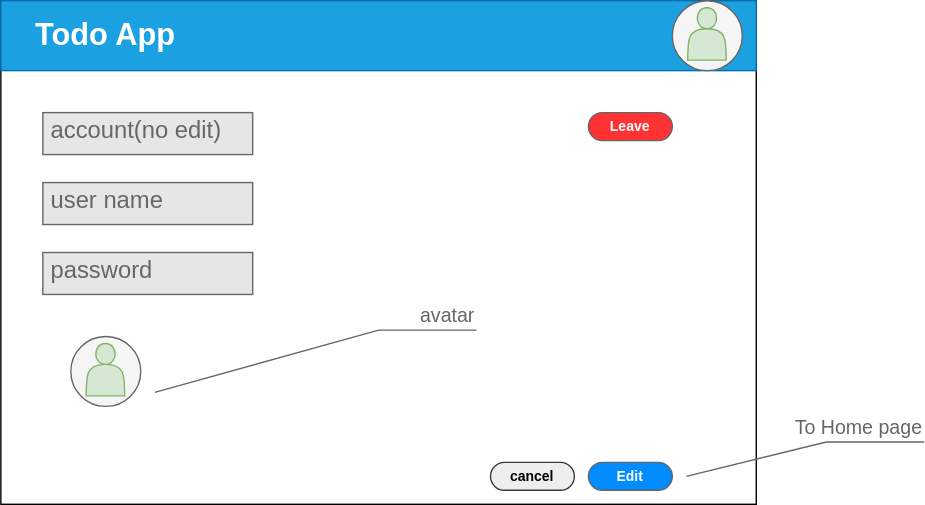
Before: design/frontend/Profile.drawio.svg, a diagram exported from draw.io (nihiyama/todo-app-demo). Source tidied: cells renumbered, new cells last; positions are measured from the earlier drawing's top-left corner, leaving out a move shared by most shapes.
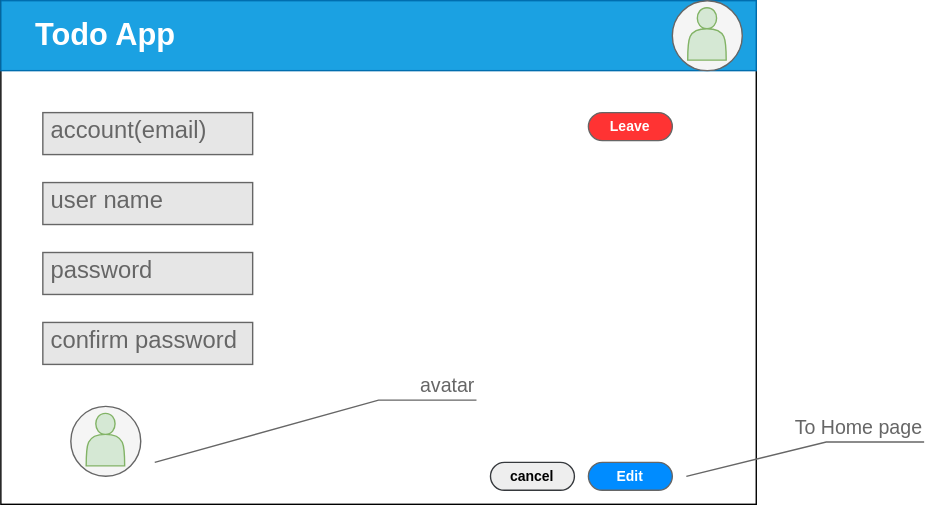
After the commit.

Commit message:
add confirm password

Change to the diagram source:
```diff
@@ -8,33 +8,15 @@
     <mxCell id="3" style="rounded=0;whiteSpace=wrap;html=1;fillColor=#1ba1e2;strokeColor=#006EAF;fontColor=#ffffff;" parent="1" vertex="1">
       <mxGeometry width="540" height="50" as="geometry" />
     </mxCell>
-    <mxCell id="4" style="ellipse;whiteSpace=wrap;html=1;strokeColor=#666666;fillColor=#f5f5f5;fontColor=#333333;" parent="1" vertex="1">
-      <mxGeometry x="50" y="240" width="50" height="50" as="geometry" />
-    </mxCell>
     <mxCell id="5" value="Todo App" style="text;html=1;strokeColor=none;fillColor=none;align=center;verticalAlign=middle;whiteSpace=wrap;rounded=0;fontColor=#FFFFFF;fontStyle=1;fontSize=22;" parent="1" vertex="1">
       <mxGeometry x="10" y="15" width="130" height="20" as="geometry" />
     </mxCell>
-    <mxCell id="6" style="shape=actor;whiteSpace=wrap;html=1;fontSize=18;align=center;fillColor=#d5e8d4;strokeColor=#82b366;" parent="1" vertex="1">
-      <mxGeometry x="61" y="245" width="27.5" height="37.5" as="geometry" />
-    </mxCell>
     <mxCell id="7" value="cancel" style="strokeWidth=1;shadow=0;dashed=0;align=center;html=1;shape=mxgraph.mockup.buttons.button;strokeColor=#36393d;mainText=;buttonStyle=round;fontSize=10;fontStyle=1;fillColor=#eeeeee;whiteSpace=wrap;" parent="1" vertex="1">
       <mxGeometry x="350" y="330" width="60" height="20" as="geometry" />
     </mxCell>
     <mxCell id="8" value="Edit" style="strokeWidth=1;shadow=0;dashed=0;align=center;html=1;shape=mxgraph.mockup.buttons.button;strokeColor=#666666;fontColor=#ffffff;mainText=;buttonStyle=round;fontSize=10;fontStyle=1;fillColor=#008cff;whiteSpace=wrap;" parent="1" vertex="1">
       <mxGeometry x="420" y="330" width="60" height="20" as="geometry" />
     </mxCell>
-    <mxCell id="9" value="account(no edit)" style="strokeWidth=1;shadow=0;dashed=0;align=center;html=1;shape=mxgraph.mockup.text.textBox;fontColor=#666666;align=left;fontSize=17;spacingLeft=4;spacingTop=-3;strokeColor=#666666;mainText=;fillColor=#E6E6E6;" parent="1" vertex="1">
-      <mxGeometry x="30" y="80" width="150" height="30" as="geometry" />
-    </mxCell>
-    <mxCell id="10" value="user name" style="strokeWidth=1;shadow=0;dashed=0;align=center;html=1;shape=mxgraph.mockup.text.textBox;fontColor=#666666;align=left;fontSize=17;spacingLeft=4;spacingTop=-3;strokeColor=#666666;mainText=;fillColor=#E6E6E6;" parent="1" vertex="1">
-      <mxGeometry x="30" y="130" width="150" height="30" as="geometry" />
-    </mxCell>
-    <mxCell id="11" value="password" style="strokeWidth=1;shadow=0;dashed=0;align=center;html=1;shape=mxgraph.mockup.text.textBox;fontColor=#666666;align=left;fontSize=17;spacingLeft=4;spacingTop=-3;strokeColor=#666666;mainText=;fillColor=#E6E6E6;" parent="1" vertex="1">
-      <mxGeometry x="30" y="180" width="150" height="30" as="geometry" />
-    </mxCell>
-    <mxCell id="12" value="avatar" style="strokeWidth=1;shadow=0;dashed=0;align=center;html=1;shape=mxgraph.mockup.text.callout;linkText=;textSize=17;textColor=#666666;callDir=NE;callStyle=line;fontSize=14;fontColor=#666666;align=right;verticalAlign=top;strokeColor=#666666;fillColor=#E6E6E6;" parent="1" vertex="1">
-      <mxGeometry x="110" y="210" width="230" height="70" as="geometry" />
-    </mxCell>
     <mxCell id="13" style="ellipse;whiteSpace=wrap;html=1;strokeColor=#666666;fillColor=#f5f5f5;fontColor=#333333;" parent="1" vertex="1">
       <mxGeometry x="480" width="50" height="50" as="geometry" />
     </mxCell>
@@ -47,5 +29,26 @@
     <mxCell id="16" value="To Home page" style="strokeWidth=1;shadow=0;dashed=0;align=center;html=1;shape=mxgraph.mockup.text.callout;linkText=;textSize=17;textColor=#666666;callDir=NE;callStyle=line;fontSize=14;fontColor=#666666;align=right;verticalAlign=top;strokeColor=#666666;fillColor=#E6E6E6;" parent="1" vertex="1">
       <mxGeometry x="490" y="290" width="170" height="50" as="geometry" />
     </mxCell>
+    <mxCell id="17" style="ellipse;whiteSpace=wrap;html=1;strokeColor=#666666;fillColor=#f5f5f5;fontColor=#333333;" parent="1" vertex="1">
+      <mxGeometry x="50" y="290" width="50" height="50" as="geometry" />
+    </mxCell>
+    <mxCell id="18" style="shape=actor;whiteSpace=wrap;html=1;fontSize=18;align=center;fillColor=#d5e8d4;strokeColor=#82b366;" parent="1" vertex="1">
+      <mxGeometry x="61" y="295" width="27.5" height="37.5" as="geometry" />
+    </mxCell>
+    <mxCell id="19" value="account(email)" style="strokeWidth=1;shadow=0;dashed=0;align=center;html=1;shape=mxgraph.mockup.text.textBox;fontColor=#666666;align=left;fontSize=17;spacingLeft=4;spacingTop=-3;strokeColor=#666666;mainText=;fillColor=#E6E6E6;" parent="1" vertex="1">
+      <mxGeometry x="30" y="80" width="150" height="30" as="geometry" />
+    </mxCell>
+    <mxCell id="10" value="user name" style="strokeWidth=1;shadow=0;dashed=0;align=center;html=1;shape=mxgraph.mockup.text.textBox;fontColor=#666666;align=left;fontSize=17;spacingLeft=4;spacingTop=-3;strokeColor=#666666;mainText=;fillColor=#E6E6E6;" parent="1" vertex="1">
+      <mxGeometry x="30" y="130" width="150" height="30" as="geometry" />
+    </mxCell>
+    <mxCell id="11" value="password" style="strokeWidth=1;shadow=0;dashed=0;align=center;html=1;shape=mxgraph.mockup.text.textBox;fontColor=#666666;align=left;fontSize=17;spacingLeft=4;spacingTop=-3;strokeColor=#666666;mainText=;fillColor=#E6E6E6;" parent="1" vertex="1">
+      <mxGeometry x="30" y="180" width="150" height="30" as="geometry" />
+    </mxCell>
+    <mxCell id="12" value="avatar" style="strokeWidth=1;shadow=0;dashed=0;align=center;html=1;shape=mxgraph.mockup.text.callout;linkText=;textSize=17;textColor=#666666;callDir=NE;callStyle=line;fontSize=14;fontColor=#666666;align=right;verticalAlign=top;strokeColor=#666666;fillColor=#E6E6E6;" parent="1" vertex="1">
+      <mxGeometry x="110" y="260" width="230" height="70" as="geometry" />
+    </mxCell>
+    <mxCell id="20" value="confirm password" style="strokeWidth=1;shadow=0;dashed=0;align=center;html=1;shape=mxgraph.mockup.text.textBox;fontColor=#666666;align=left;fontSize=17;spacingLeft=4;spacingTop=-3;strokeColor=#666666;mainText=;fillColor=#E6E6E6;" parent="1" vertex="1">
+      <mxGeometry x="30" y="230" width="150" height="30" as="geometry" />
+    </mxCell>
   </root>
 </mxGraphModel>
```
